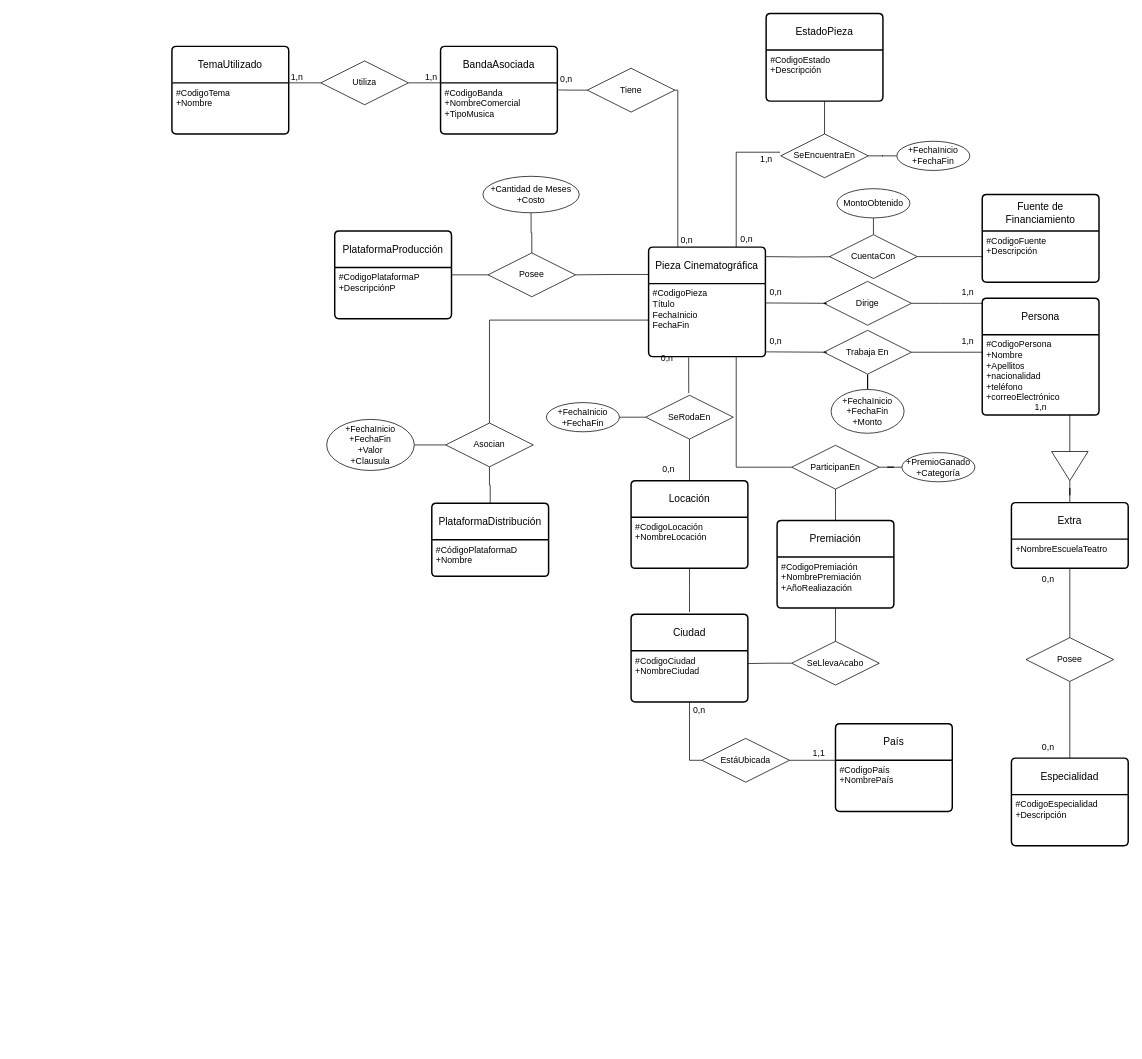
Earlier version of the draw.io diagram MER.drawio (BenjaminAGH/Proyecto-Semestral-BD). Source tidied: cells renumbered, new cells numbered last; positions are measured from the earlier drawing's top-left corner, leaving out a move shared by most shapes. Both pictures are drawn from the tidied source at 73%, with x=0, y=0 at pixel (18, 13).
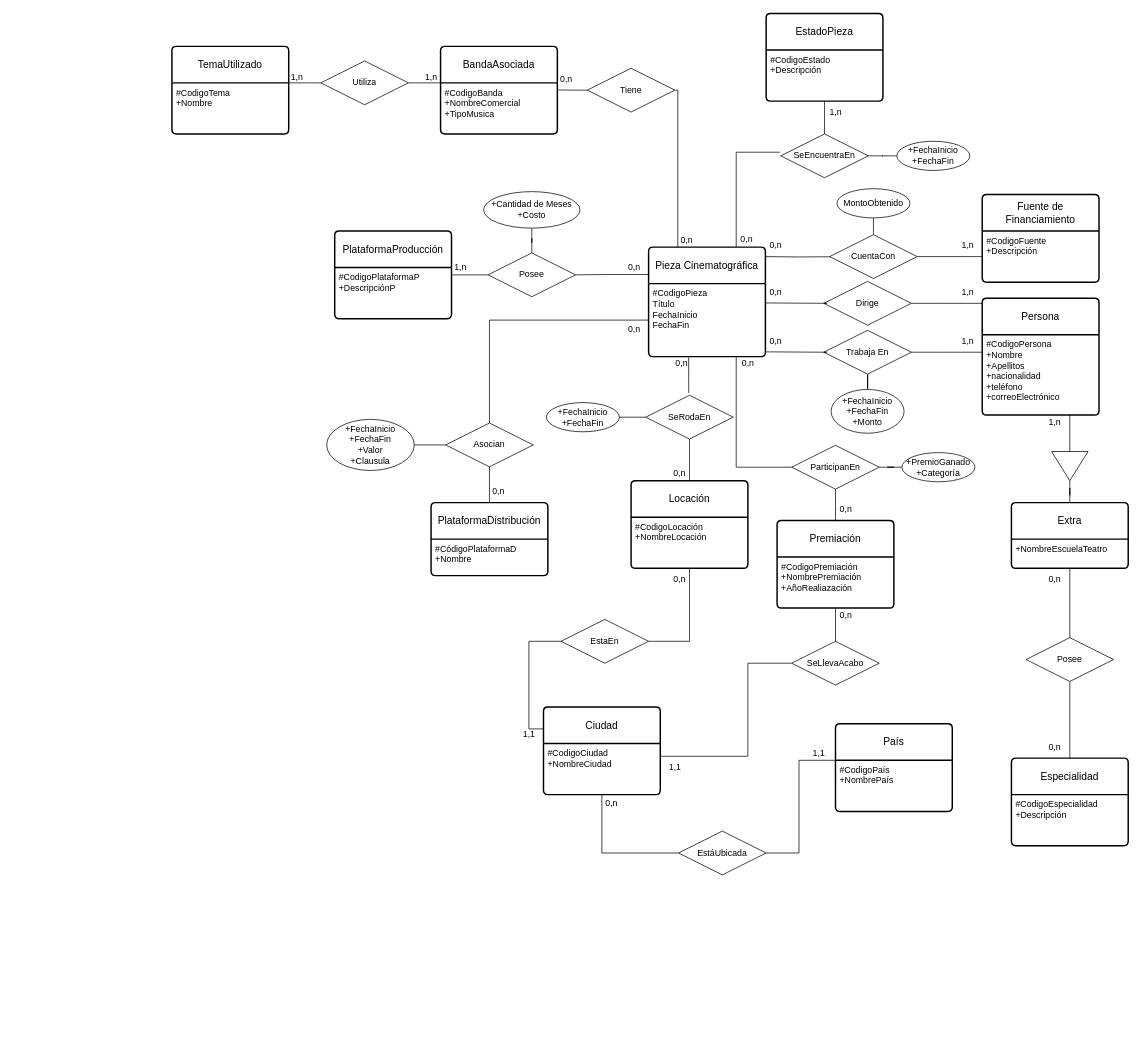
The same diagram, later.

Unchanged cells that the change refers to:
```xml
<mxCell id="10" value="&lt;div&gt;#CodigoCiudad&lt;/div&gt;&lt;div&gt;+NombreCiudad&lt;br&gt;&lt;/div&gt;" style="align=left;strokeColor=none;fillColor=none;spacingLeft=4;fontSize=12;verticalAlign=top;html=1;" parent="9" vertex="1">
  <mxGeometry y="50" width="160" height="70" as="geometry" />
</mxCell>
<mxCell id="12" value="&lt;div&gt;#CodigoPaís&lt;/div&gt;&lt;div&gt;+NombrePaís&lt;br&gt;&lt;/div&gt;" style="align=left;strokeColor=none;fillColor=none;spacingLeft=4;fontSize=12;verticalAlign=top;html=1;" parent="11" vertex="1">
  <mxGeometry y="50" width="160" height="70" as="geometry" />
</mxCell>
<mxCell id="69" value="Locación" style="swimlane;horizontal=1;startSize=50;rounded=1;fontSize=14;fontStyle=0;strokeWidth=2;shadow=0;dashed=0;align=center;arcSize=4;whiteSpace=wrap;html=1;" parent="1" vertex="1">
  <mxGeometry x="840" y="640" width="160" height="120" as="geometry" />
</mxCell>
<mxCell id="93" value="SeLlevaAcabo" style="shape=rhombus;perimeter=rhombusPerimeter;whiteSpace=wrap;html=1;align=center;" parent="1" vertex="1">
  <mxGeometry x="1060" y="860" width="120" height="60" as="geometry" />
</mxCell>
```

Diff of the diagram source:
```diff
@@
     <mxCell id="9" value="Ciudad" style="swimlane;horizontal=1;startSize=50;rounded=1;fontSize=14;fontStyle=0;strokeWidth=2;shadow=0;dashed=0;align=center;arcSize=4;whiteSpace=wrap;html=1;" parent="1" vertex="1">
-      <mxGeometry x="840" y="823" width="160" height="120" as="geometry" />
+      <mxGeometry x="720" y="950" width="160" height="120" as="geometry" />
     </mxCell>
@@
     <mxCell id="26" value="PlataformaDistribución" style="swimlane;horizontal=1;startSize=50;rounded=1;fontSize=14;fontStyle=0;strokeWidth=2;shadow=0;dashed=0;align=center;arcSize=4;whiteSpace=wrap;html=1;" parent="1" vertex="1">
-      <mxGeometry x="567" y="671" width="160" height="100" as="geometry" />
+      <mxGeometry x="566" y="670" width="160" height="100" as="geometry" />
     </mxCell>
@@
     <mxCell id="43" value="0,n" style="text;html=1;align=center;verticalAlign=middle;strokeColor=none;fillColor=none;" parent="1" vertex="1">
-      <mxGeometry x="869" y="457" width="40" height="30" as="geometry" />
+      <mxGeometry x="889" y="464" width="40" height="30" as="geometry" />
     </mxCell>
     <mxCell id="44" value="0,n" style="text;html=1;align=center;verticalAlign=middle;strokeColor=none;fillColor=none;" parent="1" vertex="1">
-      <mxGeometry x="871" y="610" width="40" height="30" as="geometry" />
+      <mxGeometry x="886" y="615" width="40" height="30" as="geometry" />
     </mxCell>
     <mxCell id="45" value="EstáUbicada" style="shape=rhombus;perimeter=rhombusPerimeter;whiteSpace=wrap;html=1;align=center;" parent="1" vertex="1">
-      <mxGeometry x="937" y="993" width="120" height="60" as="geometry" />
+      <mxGeometry x="905" y="1120" width="120" height="60" as="geometry" />
     </mxCell>
     <mxCell id="46" style="endArrow=none;html=1;rounded=0;exitX=1;exitY=0.5;exitDx=0;exitDy=0;entryX=0;entryY=0;entryDx=0;entryDy=0;" parent="1" edge="1" source="45" target="12">
-      <mxGeometry relative="1" as="geometry" />
+      <mxGeometry relative="1" as="geometry">
+        <Array as="points">
+          <mxPoint x="1070" y="1150" />
+          <mxPoint x="1070" y="1023" />
+        </Array>
+      </mxGeometry>
     </mxCell>
     <mxCell id="47" style="endArrow=none;html=1;rounded=0;entryX=0;entryY=0.5;entryDx=0;entryDy=0;exitX=0.5;exitY=1;exitDx=0;exitDy=0;" parent="1" edge="1" source="10" target="45">
       <mxGeometry relative="1" as="geometry">
         <Array as="points">
-          <mxPoint x="920" y="1023" />
+          <mxPoint x="800" y="1150" />
         </Array>
       </mxGeometry>
     </mxCell>
@@
     <mxCell id="49" value="0,n" style="text;html=1;align=center;verticalAlign=middle;strokeColor=none;fillColor=none;" parent="1" vertex="1">
-      <mxGeometry x="913" y="940" width="40" height="30" as="geometry" />
+      <mxGeometry x="793" y="1067" width="40" height="30" as="geometry" />
     </mxCell>
     <mxCell id="50" style="edgeStyle=none;rounded=0;orthogonalLoop=1;jettySize=auto;html=1;entryX=0.5;entryY=0;entryDx=0;entryDy=0;" parent="1" edge="1">
       <mxGeometry relative="1" as="geometry">
-        <mxPoint x="930" y="993" as="sourcePoint" />
-        <mxPoint x="930" y="993" as="targetPoint" />
+        <mxPoint x="810" y="1120" as="sourcePoint" />
+        <mxPoint x="810" y="1120" as="targetPoint" />
       </mxGeometry>
     </mxCell>
     <mxCell id="51" value="1,n" style="text;html=1;align=center;verticalAlign=middle;strokeColor=none;fillColor=none;" parent="1" vertex="1">
-      <mxGeometry x="1381" y="525" width="40" height="30" as="geometry" />
+      <mxGeometry x="1400" y="545" width="40" height="30" as="geometry" />
     </mxCell>
@@
     <mxCell id="55" value="0,n" style="text;html=1;align=center;verticalAlign=middle;strokeColor=none;fillColor=none;" parent="1" vertex="1">
-      <mxGeometry x="1391" y="990" width="40" height="30" as="geometry" />
+      <mxGeometry x="1400" y="990" width="40" height="30" as="geometry" />
     </mxCell>
     <mxCell id="56" value="0,n" style="text;html=1;align=center;verticalAlign=middle;strokeColor=none;fillColor=none;" parent="1" vertex="1">
-      <mxGeometry x="1391" y="760" width="40" height="30" as="geometry" />
+      <mxGeometry x="1400" y="760" width="40" height="30" as="geometry" />
     </mxCell>
@@
-    <mxCell id="68" style="edgeStyle=orthogonalEdgeStyle;rounded=0;jettySize=auto;html=1;endArrow=none;endFill=0;" parent="1" edge="1" source="69">
-      <mxGeometry relative="1" as="geometry">
-        <mxPoint x="920" y="820" as="targetPoint" />
-      </mxGeometry>
+    <mxCell id="68" style="edgeStyle=orthogonalEdgeStyle;rounded=0;jettySize=auto;html=1;endArrow=none;endFill=0;entryX=1;entryY=0.5;entryDx=0;entryDy=0;" parent="1" edge="1" source="69" target="108">
+      <mxGeometry relative="1" as="geometry" />
     </mxCell>
@@
     <mxCell id="72" value="1,n" style="text;html=1;align=center;verticalAlign=middle;strokeColor=none;fillColor=none;" parent="1" vertex="1">
-      <mxGeometry x="1005" y="185" width="40" height="30" as="geometry" />
+      <mxGeometry x="1100" y="120" width="40" height="30" as="geometry" />
     </mxCell>
@@
     <mxCell id="92" style="edgeStyle=orthogonalEdgeStyle;rounded=0;jettySize=auto;html=1;entryX=1;entryY=0.25;entryDx=0;entryDy=0;endArrow=none;endFill=0;" parent="1" edge="1" source="93" target="10">
-      <mxGeometry relative="1" as="geometry" />
+      <mxGeometry relative="1" as="geometry">
+        <Array as="points">
+          <mxPoint x="1000" y="890" />
+          <mxPoint x="1000" y="1017" />
+        </Array>
+      </mxGeometry>
     </mxCell>
@@
     <mxCell id="96" value="&lt;div&gt;+Cantidad de Meses&lt;/div&gt;+Costo" style="ellipse;whiteSpace=wrap;html=1;" parent="1" vertex="1">
-      <mxGeometry x="637" y="223" width="132" height="50" as="geometry" />
+      <mxGeometry x="638" y="244" width="132" height="50" as="geometry" />
     </mxCell>
@@
+    <mxCell id="108" value="EstaEn" style="shape=rhombus;perimeter=rhombusPerimeter;whiteSpace=wrap;html=1;align=center;" parent="1" vertex="1">
+      <mxGeometry x="744" y="830" width="120" height="60" as="geometry" />
+    </mxCell>
+    <mxCell id="109" style="edgeStyle=orthogonalEdgeStyle;rounded=0;jettySize=auto;html=1;endArrow=none;endFill=0;entryX=0;entryY=0.25;entryDx=0;entryDy=0;" parent="1" edge="1" target="9">
+      <mxGeometry relative="1" as="geometry">
+        <mxPoint x="744" y="860" as="sourcePoint" />
+        <Array as="points">
+          <mxPoint x="700" y="860" />
+          <mxPoint x="700" y="980" />
+        </Array>
+      </mxGeometry>
+    </mxCell>
+    <mxCell id="110" value="1,n" style="text;html=1;align=center;verticalAlign=middle;strokeColor=none;fillColor=none;" parent="1" vertex="1">
+      <mxGeometry x="586" y="333" width="40" height="30" as="geometry" />
+    </mxCell>
+    <mxCell id="111" value="0,n" style="text;html=1;align=center;verticalAlign=middle;strokeColor=none;fillColor=none;" parent="1" vertex="1">
+      <mxGeometry x="824" y="333" width="40" height="30" as="geometry" />
+    </mxCell>
+    <mxCell id="112" value="0,n" style="text;html=1;align=center;verticalAlign=middle;strokeColor=none;fillColor=none;" parent="1" vertex="1">
+      <mxGeometry x="1018" y="303" width="40" height="30" as="geometry" />
+    </mxCell>
+    <mxCell id="113" value="1,n" style="text;html=1;align=center;verticalAlign=middle;strokeColor=none;fillColor=none;" parent="1" vertex="1">
+      <mxGeometry x="1281" y="303" width="40" height="30" as="geometry" />
+    </mxCell>
+    <mxCell id="114" value="0,n" style="text;html=1;align=center;verticalAlign=middle;strokeColor=none;fillColor=none;" parent="1" vertex="1">
+      <mxGeometry x="980" y="464" width="40" height="30" as="geometry" />
+    </mxCell>
+    <mxCell id="115" value="0,n" style="text;html=1;align=center;verticalAlign=middle;strokeColor=none;fillColor=none;" parent="1" vertex="1">
+      <mxGeometry x="1114" y="664.5" width="40" height="30" as="geometry" />
+    </mxCell>
+    <mxCell id="116" value="0,n" style="text;html=1;align=center;verticalAlign=middle;strokeColor=none;fillColor=none;" parent="1" vertex="1">
+      <mxGeometry x="1114" y="810" width="40" height="30" as="geometry" />
+    </mxCell>
+    <mxCell id="117" value="1,1" style="text;html=1;align=center;verticalAlign=middle;strokeColor=none;fillColor=none;" parent="1" vertex="1">
+      <mxGeometry x="880" y="1018" width="40" height="30" as="geometry" />
+    </mxCell>
+    <mxCell id="118" value="0,n" style="text;html=1;align=center;verticalAlign=middle;strokeColor=none;fillColor=none;" parent="1" vertex="1">
+      <mxGeometry x="886" y="760" width="40" height="30" as="geometry" />
+    </mxCell>
+    <mxCell id="119" value="1,1" style="text;html=1;align=center;verticalAlign=middle;strokeColor=none;fillColor=none;" parent="1" vertex="1">
+      <mxGeometry x="680" y="973" width="40" height="30" as="geometry" />
+    </mxCell>
+    <mxCell id="120" value="0,n" style="text;html=1;align=center;verticalAlign=middle;strokeColor=none;fillColor=none;" parent="1" vertex="1">
+      <mxGeometry x="824" y="418" width="40" height="30" as="geometry" />
+    </mxCell>
+    <mxCell id="121" value="0,n" style="text;html=1;align=center;verticalAlign=middle;strokeColor=none;fillColor=none;" parent="1" vertex="1">
+      <mxGeometry x="638" y="640" width="40" height="30" as="geometry" />
+    </mxCell>
```
